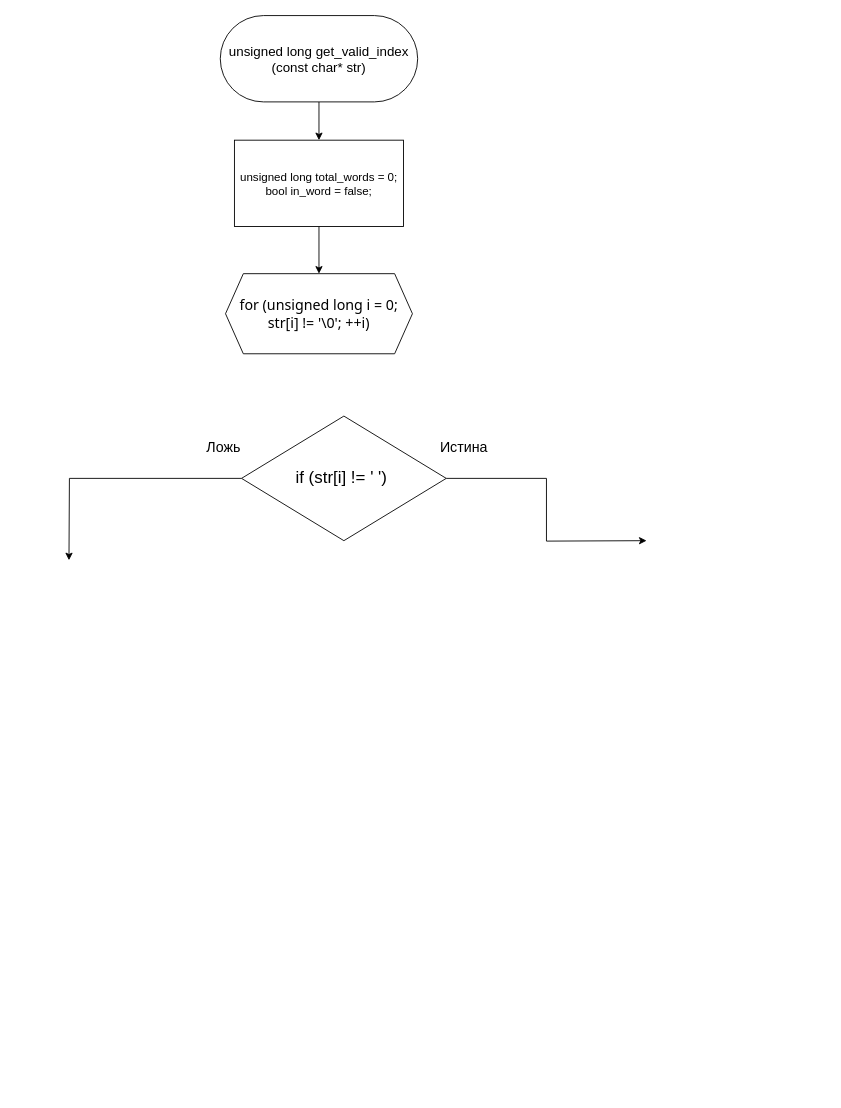
The draw.io diagram get_valid_index.drawio in kravecila28-ops/Block-diagram_templates, before the edit. Source tidied: cells renumbered, new cells numbered last; positions are measured from the earlier drawing's top-left corner, leaving out a move shared by most shapes. Both pictures are drawn from the tidied source at 89%, with x=0, y=0 at pixel (69, 15).
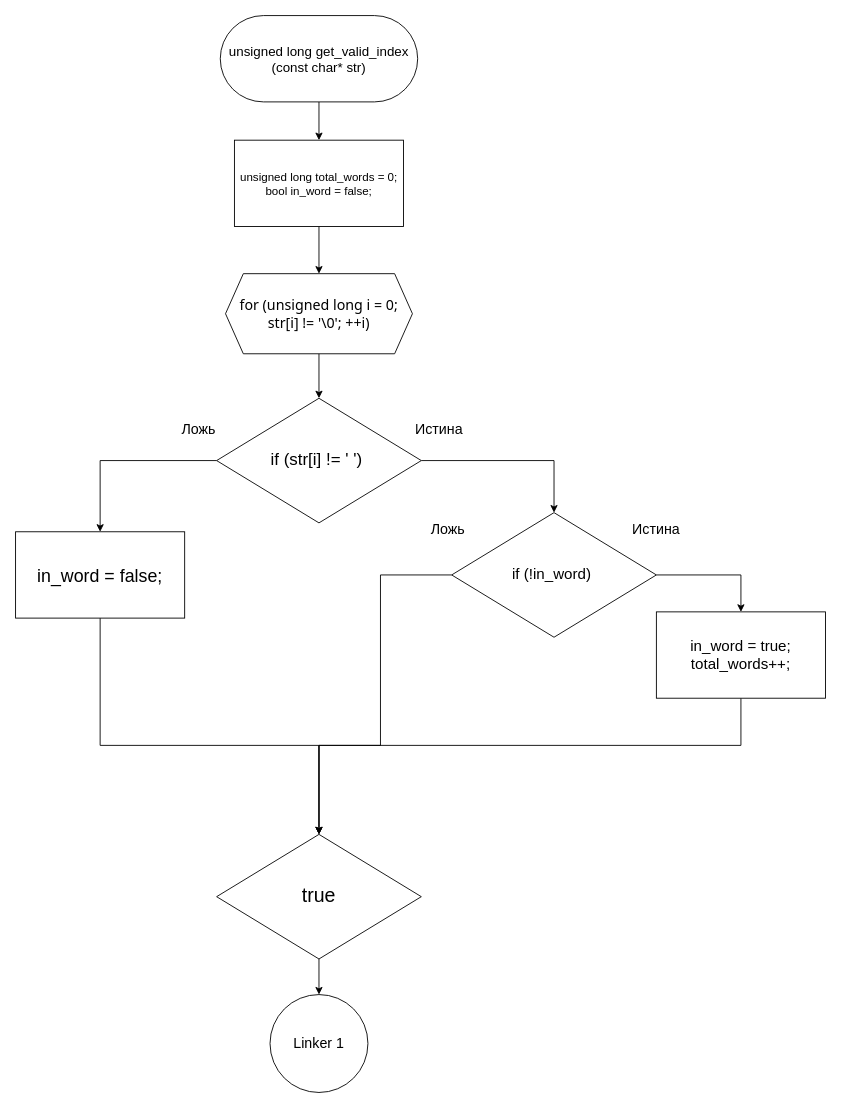
After the change.

The change refers to these unchanged cells:
```xml
<mxCell id="11" value="&lt;div style=&quot;&quot;&gt;&lt;font face=&quot;Google Sans Flex, Google Sans, system-ui, sans-serif&quot; style=&quot;font-size: 16px;&quot;&gt;&lt;span style=&quot;font-variant-ligatures: none; white-space-collapse: preserve;&quot;&gt;for (unsigned long i = 0;&lt;/span&gt;&lt;/font&gt;&lt;/div&gt;&lt;div style=&quot;&quot;&gt;&lt;font face=&quot;Google Sans Flex, Google Sans, system-ui, sans-serif&quot; style=&quot;font-size: 16px;&quot;&gt;&lt;span style=&quot;font-variant-ligatures: none; white-space-collapse: preserve;&quot;&gt; str[i] != '\0'; ++i)&amp;nbsp;&lt;/span&gt;&lt;/font&gt;&lt;/div&gt;" style="shape=hexagon;perimeter=hexagonPerimeter2;whiteSpace=wrap;html=1;fixedSize=1;align=center;labelBackgroundColor=none;" parent="1" vertex="1">
  <mxGeometry x="175.9" y="290" width="210" height="90" as="geometry" />
</mxCell>
```

Diff of the diagram source:
```diff
@@
-    <mxCell id="6" style="edgeStyle=orthogonalEdgeStyle;rounded=0;jettySize=auto;html=1;exitX=1;exitY=0.5;exitDx=0;exitDy=0;entryX=0.5;entryY=0;entryDx=0;entryDy=0;labelBackgroundColor=none;fontColor=default;" parent="1" edge="1" source="8">
-      <mxGeometry relative="1" as="geometry">
-        <mxPoint x="649" y="590" as="targetPoint" />
-      </mxGeometry>
-    </mxCell>
-    <mxCell id="7" style="edgeStyle=orthogonalEdgeStyle;rounded=0;jettySize=auto;html=1;exitX=0;exitY=0.5;exitDx=0;exitDy=0;entryX=0.5;entryY=0;entryDx=0;entryDy=0;labelBackgroundColor=none;fontColor=default;" parent="1" edge="1" source="8">
-      <mxGeometry relative="1" as="geometry">
-        <mxPoint y="612" as="targetPoint" />
-      </mxGeometry>
+    <mxCell id="7" style="edgeStyle=orthogonalEdgeStyle;rounded=0;jettySize=auto;html=1;exitX=0;exitY=0.5;exitDx=0;exitDy=0;entryX=0.5;entryY=0;entryDx=0;entryDy=0;labelBackgroundColor=none;fontColor=default;" parent="1" edge="1" source="8" target="22">
+      <mxGeometry relative="1" as="geometry" />
     </mxCell>
+    <mxCell id="12" style="edgeStyle=orthogonalEdgeStyle;rounded=0;jettySize=auto;html=1;exitX=1;exitY=0.5;exitDx=0;exitDy=0;entryX=0.5;entryY=0;entryDx=0;entryDy=0;" parent="1" edge="1" source="8" target="16">
+      <mxGeometry relative="1" as="geometry" />
+    </mxCell>
     <mxCell id="8" value="&lt;font style=&quot;font-size: 19px;&quot;&gt;if (str[i] != ' ')&amp;nbsp;&lt;/font&gt;" style="rhombus;whiteSpace=wrap;html=1;labelBackgroundColor=none;" parent="1" vertex="1">
-      <mxGeometry x="193.9" y="450" width="230" height="140" as="geometry" />
+      <mxGeometry x="165.9" y="430" width="230" height="140" as="geometry" />
     </mxCell>
     <mxCell id="9" value="&lt;font style=&quot;font-size: 16px;&quot;&gt;Истина&lt;/font&gt;" style="text;html=1;whiteSpace=wrap;strokeColor=none;fillColor=none;align=center;verticalAlign=middle;rounded=0;labelBackgroundColor=none;" parent="1" vertex="1">
-      <mxGeometry x="413.9" y="470" width="60" height="30" as="geometry" />
+      <mxGeometry x="385.9" y="450" width="60" height="30" as="geometry" />
     </mxCell>
     <mxCell id="10" value="&lt;span style=&quot;font-size: 16px;&quot;&gt;Ложь&lt;/span&gt;" style="text;html=1;whiteSpace=wrap;strokeColor=none;fillColor=none;align=center;verticalAlign=middle;rounded=0;labelBackgroundColor=none;" parent="1" vertex="1">
-      <mxGeometry x="143.9" y="470" width="60" height="30" as="geometry" />
+      <mxGeometry x="115.9" y="450" width="60" height="30" as="geometry" />
     </mxCell>
+    <mxCell id="13" style="edgeStyle=orthogonalEdgeStyle;rounded=0;jettySize=auto;html=1;exitX=0.5;exitY=1;exitDx=0;exitDy=0;entryX=0.5;entryY=0;entryDx=0;entryDy=0;" parent="1" edge="1" source="11" target="8">
+      <mxGeometry relative="1" as="geometry" />
+    </mxCell>
@@
+    <mxCell id="14" style="edgeStyle=orthogonalEdgeStyle;rounded=0;jettySize=auto;html=1;exitX=1;exitY=0.5;exitDx=0;exitDy=0;entryX=0.5;entryY=0;entryDx=0;entryDy=0;" parent="1" edge="1" source="16" target="18">
+      <mxGeometry relative="1" as="geometry" />
+    </mxCell>
+    <mxCell id="15" style="edgeStyle=orthogonalEdgeStyle;rounded=0;jettySize=auto;html=1;exitX=0;exitY=0.5;exitDx=0;exitDy=0;entryX=0.5;entryY=0;entryDx=0;entryDy=0;" parent="1" edge="1" source="16" target="24">
+      <mxGeometry relative="1" as="geometry">
+        <Array as="points">
+          <mxPoint x="350" y="629" />
+          <mxPoint x="350" y="820" />
+          <mxPoint x="281" y="820" />
+        </Array>
+      </mxGeometry>
+    </mxCell>
+    <mxCell id="16" value="&lt;font style=&quot;font-size: 17px;&quot;&gt;if (!in_word)&amp;nbsp;&lt;/font&gt;" style="rhombus;whiteSpace=wrap;html=1;labelBackgroundColor=none;" parent="1" vertex="1">
+      <mxGeometry x="430" y="558.5" width="230" height="140" as="geometry" />
+    </mxCell>
+    <mxCell id="17" style="edgeStyle=orthogonalEdgeStyle;rounded=0;jettySize=auto;html=1;exitX=0.5;exitY=1;exitDx=0;exitDy=0;entryX=0.5;entryY=0;entryDx=0;entryDy=0;" parent="1" edge="1" source="18" target="24">
+      <mxGeometry relative="1" as="geometry">
+        <Array as="points">
+          <mxPoint x="755" y="820" />
+          <mxPoint x="281" y="820" />
+        </Array>
+      </mxGeometry>
+    </mxCell>
+    <mxCell id="18" value="&lt;div&gt;&lt;font style=&quot;font-size: 17px;&quot;&gt;in_word = true;&lt;/font&gt;&lt;/div&gt;&lt;div&gt;&lt;font style=&quot;font-size: 17px;&quot;&gt;total_words++;&lt;/font&gt;&lt;/div&gt;" style="rounded=0;whiteSpace=wrap;html=1;labelBackgroundColor=none;" parent="1" vertex="1">
+      <mxGeometry x="660" y="670" width="190" height="97" as="geometry" />
+    </mxCell>
+    <mxCell id="19" value="&lt;font style=&quot;font-size: 16px;&quot;&gt;Истина&lt;/font&gt;" style="text;html=1;whiteSpace=wrap;strokeColor=none;fillColor=none;align=center;verticalAlign=middle;rounded=0;labelBackgroundColor=none;" parent="1" vertex="1">
+      <mxGeometry x="630" y="561.5" width="60" height="30" as="geometry" />
+    </mxCell>
+    <mxCell id="20" value="&lt;span style=&quot;font-size: 16px;&quot;&gt;Ложь&lt;/span&gt;" style="text;html=1;whiteSpace=wrap;strokeColor=none;fillColor=none;align=center;verticalAlign=middle;rounded=0;labelBackgroundColor=none;" parent="1" vertex="1">
+      <mxGeometry x="395.9" y="561.5" width="60" height="30" as="geometry" />
+    </mxCell>
+    <mxCell id="21" style="edgeStyle=orthogonalEdgeStyle;rounded=0;jettySize=auto;html=1;exitX=0.5;exitY=1;exitDx=0;exitDy=0;entryX=0.5;entryY=0;entryDx=0;entryDy=0;" parent="1" edge="1" source="22" target="24">
+      <mxGeometry relative="1" as="geometry">
+        <Array as="points">
+          <mxPoint x="35" y="820" />
+          <mxPoint x="281" y="820" />
+        </Array>
+      </mxGeometry>
+    </mxCell>
+    <mxCell id="22" value="&lt;font style=&quot;font-size: 20px;&quot;&gt;in_word = false;&lt;/font&gt;" style="rounded=0;whiteSpace=wrap;html=1;labelBackgroundColor=none;" parent="1" vertex="1">
+      <mxGeometry x="-60" y="580" width="190" height="97" as="geometry" />
+    </mxCell>
+    <mxCell id="23" style="edgeStyle=orthogonalEdgeStyle;rounded=0;jettySize=auto;html=1;exitX=0.5;exitY=1;exitDx=0;exitDy=0;entryX=0.5;entryY=0;entryDx=0;entryDy=0;" parent="1" edge="1" source="24" target="25">
+      <mxGeometry relative="1" as="geometry" />
+    </mxCell>
+    <mxCell id="24" value="&lt;font style=&quot;font-size: 22px;&quot;&gt;true&lt;/font&gt;" style="rhombus;whiteSpace=wrap;html=1;labelBackgroundColor=none;" parent="1" vertex="1">
+      <mxGeometry x="165.9" y="920" width="230" height="140" as="geometry" />
+    </mxCell>
+    <mxCell id="25" value="&lt;font style=&quot;font-size: 16px;&quot;&gt;Linker 1&lt;/font&gt;" style="ellipse;whiteSpace=wrap;html=1;" parent="1" vertex="1">
+      <mxGeometry x="225.9" y="1100" width="110" height="110" as="geometry" />
+    </mxCell>
```
